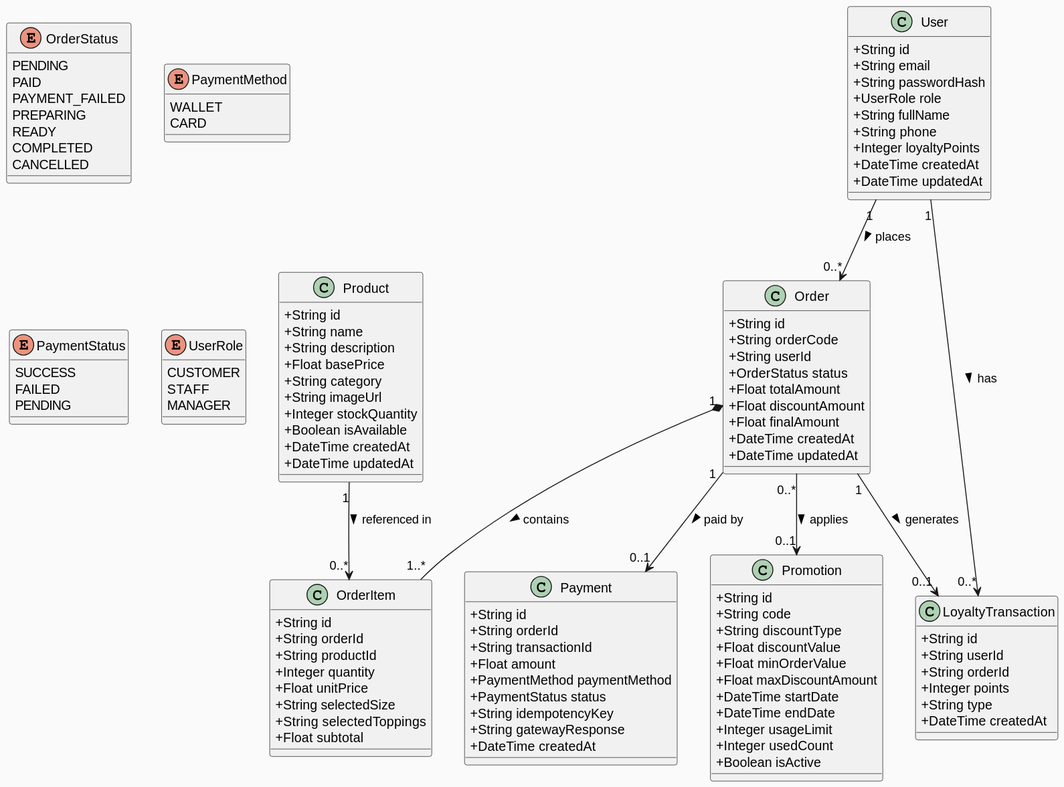
lmhau68/BrewLite2 keeps this PlantUML diagram as docs/diagrams/class-diagram.svg. Above is the earlier version. The source it was exported from:
```plantuml
@startuml
skinparam classAttributeIconSize 0
skinparam backgroundColor #FAFAFA
skinparam shadowing false

enum OrderStatus {
  PENDING
  PAID
  PAYMENT_FAILED
  PREPARING
  READY
  COMPLETED
  CANCELLED
}

enum PaymentMethod {
  WALLET
  CARD
}

enum PaymentStatus {
  SUCCESS
  FAILED
  PENDING
}

enum UserRole {
  CUSTOMER
  STAFF
  MANAGER
}

class User {
  + String id
  + String email
  + String passwordHash
  + UserRole role
  + String fullName
  + String phone
  + Integer loyaltyPoints
  + DateTime createdAt
  + DateTime updatedAt
}

class Product {
  + String id
  + String name
  + String description
  + Float basePrice
  + String category
  + String imageUrl
  + Integer stockQuantity
  + Boolean isAvailable
  + DateTime createdAt
  + DateTime updatedAt
}

class Order {
  + String id
  + String orderCode
  + String userId
  + OrderStatus status
  + Float totalAmount
  + Float discountAmount
  + Float finalAmount
  + DateTime createdAt
  + DateTime updatedAt
}

class OrderItem {
  + String id
  + String orderId
  + String productId
  + Integer quantity
  + Float unitPrice
  + String selectedSize
  + String selectedToppings
  + Float subtotal
}

class Payment {
  + String id
  + String orderId
  + String transactionId
  + Float amount
  + PaymentMethod paymentMethod
  + PaymentStatus status
  + String idempotencyKey
  + String gatewayResponse
  + DateTime createdAt
}

class Promotion {
  + String id
  + String code
  + String discountType
  + Float discountValue
  + Float minOrderValue
  + Float maxDiscountAmount
  + DateTime startDate
  + DateTime endDate
  + Integer usageLimit
  + Integer usedCount
  + Boolean isActive
}

class LoyaltyTransaction {
  + String id
  + String userId
  + String orderId
  + Integer points
  + String type
  + DateTime createdAt
}

User "1" --> "0..*" Order : places >
User "1" --> "0..*" LoyaltyTransaction : has >
Order "1" *-- "1..*" OrderItem : contains >
Product "1" --> "0..*" OrderItem : referenced in >
Order "1" --> "0..1" Payment : paid by >
Order "0..*" --> "0..1" Promotion : applies >
Order "1" --> "0..1" LoyaltyTransaction : generates >
@enduml
```
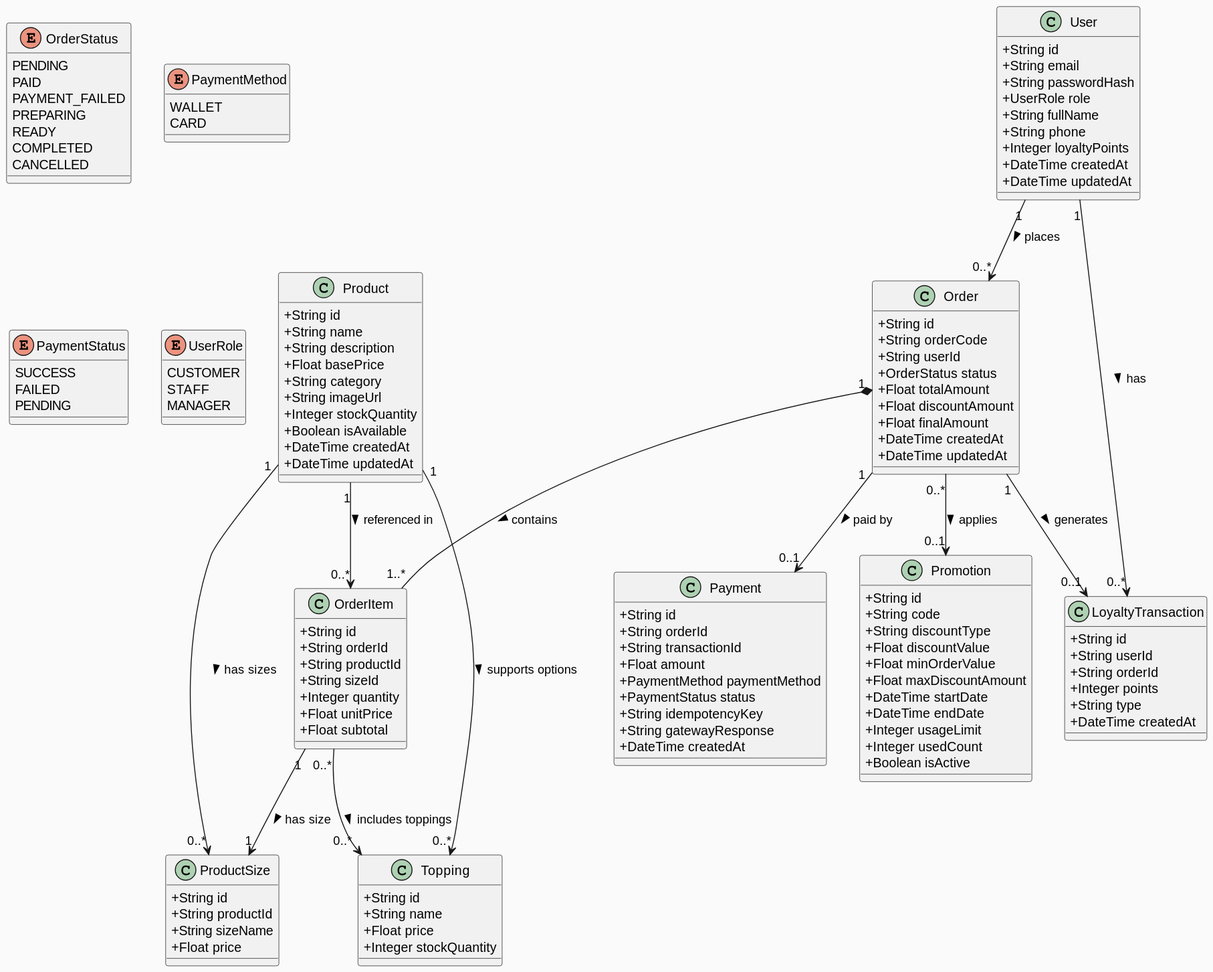
Above is the later version.

Commit message:
docs: cập nhật tài liệu và sơ đồ nhiệm vụ

What changed in the source:
```diff
@@ -55,6 +55,20 @@
   + DateTime updatedAt
 }
 
+class ProductSize {
+  + String id
+  + String productId
+  + String sizeName
+  + Float price
+}
+
+class Topping {
+  + String id
+  + String name
+  + Float price
+  + Integer stockQuantity
+}
+
 class Order {
   + String id
   + String orderCode
@@ -71,10 +85,9 @@
   + String id
   + String orderId
   + String productId
+  + String sizeId
   + Integer quantity
   + Float unitPrice
-  + String selectedSize
-  + String selectedToppings
   + Float subtotal
 }
 
@@ -117,6 +130,10 @@
 User "1" --> "0..*" LoyaltyTransaction : has >
 Order "1" *-- "1..*" OrderItem : contains >
 Product "1" --> "0..*" OrderItem : referenced in >
+Product "1" --> "0..*" ProductSize : has sizes >
+Product "1" --> "0..*" Topping : supports options >
+OrderItem "1" --> "1" ProductSize : has size >
+OrderItem "0..*" --> "0..*" Topping : includes toppings >
 Order "1" --> "0..1" Payment : paid by >
 Order "0..*" --> "0..1" Promotion : applies >
 Order "1" --> "0..1" LoyaltyTransaction : generates >
```
